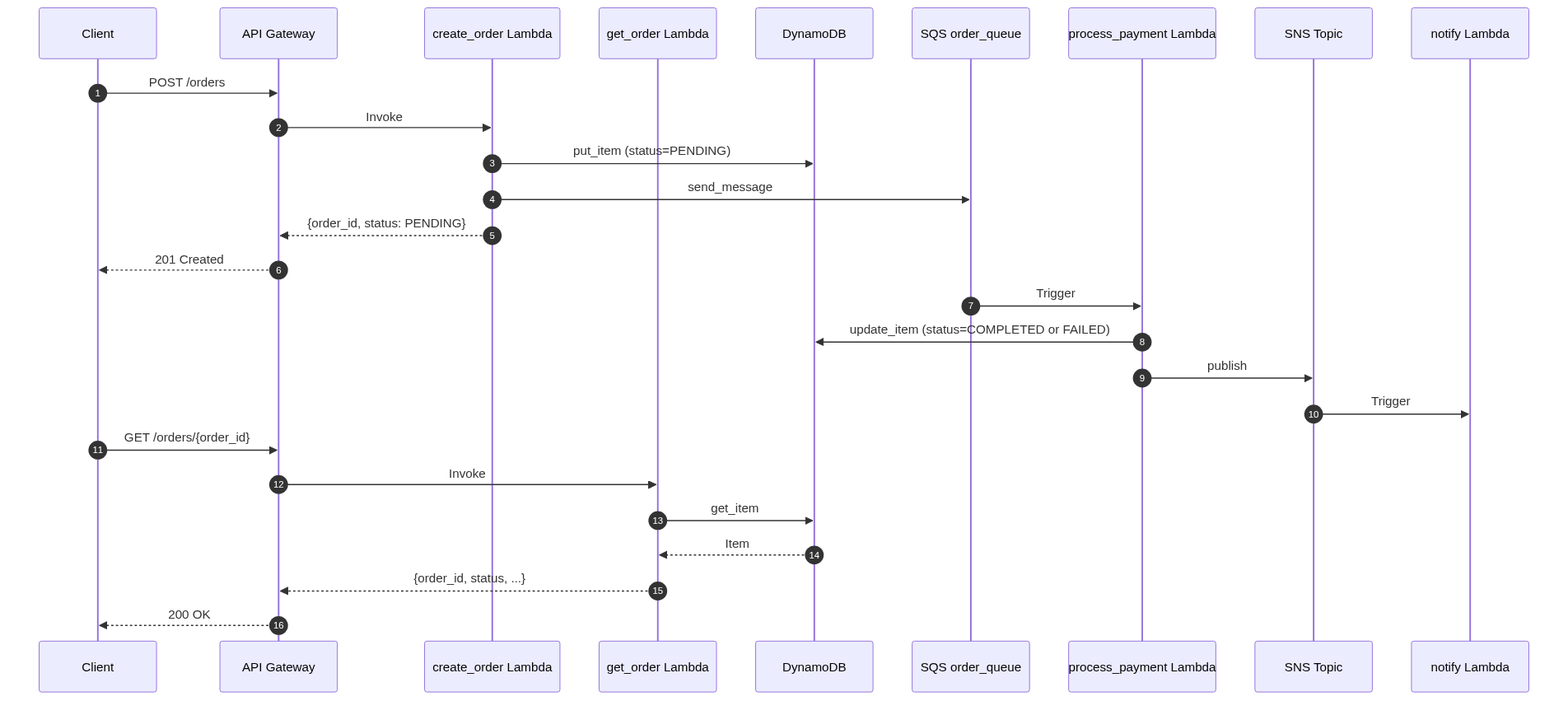
This is docs/e2e-flow.png from krishna-kaushal/aws-order-pipeline, a Mermaid export, as it was before one commit. Its source is kept beside it as docs/e2e-flow.mmd. The source it was exported from:
```mermaid
sequenceDiagram
    autonumber
    participant C as Client
    participant AG as API Gateway
    participant CO as create_order Lambda
    participant GO as get_order Lambda
    participant DB as DynamoDB
    participant Q as SQS order_queue
    participant PP as process_payment Lambda
    participant SNS as SNS Topic
    participant N as notify Lambda

    C->>AG: POST /orders
    AG->>CO: Invoke
    CO->>DB: put_item (status=PENDING)
    CO->>Q: send_message
    CO-->>AG: {order_id, status: PENDING}
    AG-->>C: 201 Created

    Q->>PP: Trigger
    PP->>DB: update_item (status=COMPLETED or FAILED)
    PP->>SNS: publish
    SNS->>N: Trigger

    C->>AG: GET /orders/{order_id}
    AG->>GO: Invoke
    GO->>DB: get_item
    DB-->>GO: Item
    GO-->>AG: {order_id, status, ...}
    AG-->>C: 200 OK
```
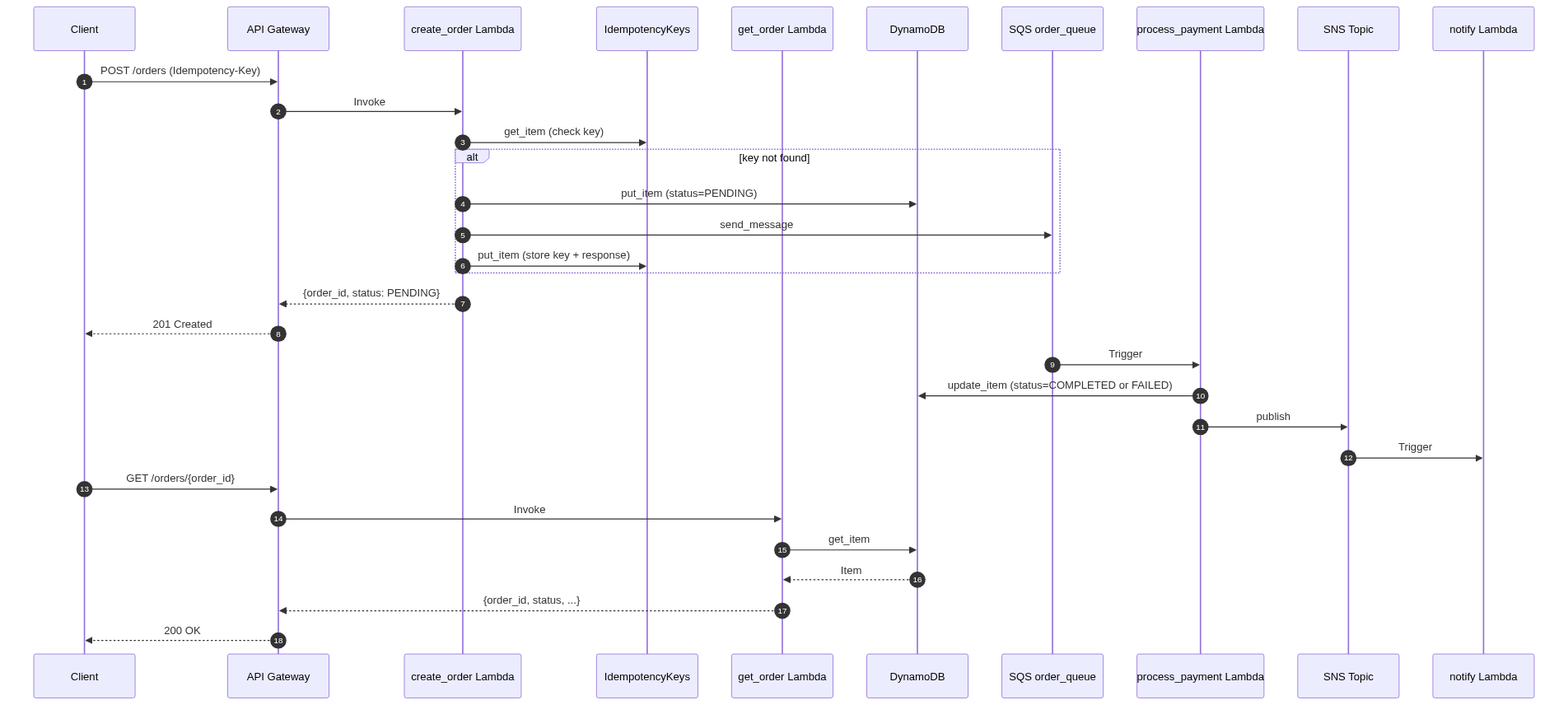
The same file after the commit.

Commit message:
feat: add idempotency keys for POST /orders

Diff of the diagram source:
```diff
@@ -3,6 +3,7 @@
     participant C as Client
     participant AG as API Gateway
     participant CO as create_order Lambda
+    participant IK as IdempotencyKeys
     participant GO as get_order Lambda
     participant DB as DynamoDB
     participant Q as SQS order_queue
@@ -10,10 +11,14 @@
     participant SNS as SNS Topic
     participant N as notify Lambda
 
-    C->>AG: POST /orders
+    C->>AG: POST /orders (Idempotency-Key)
     AG->>CO: Invoke
-    CO->>DB: put_item (status=PENDING)
-    CO->>Q: send_message
+    CO->>IK: get_item (check key)
+    alt key not found
+        CO->>DB: put_item (status=PENDING)
+        CO->>Q: send_message
+        CO->>IK: put_item (store key + response)
+    end
     CO-->>AG: {order_id, status: PENDING}
     AG-->>C: 201 Created
 
```
